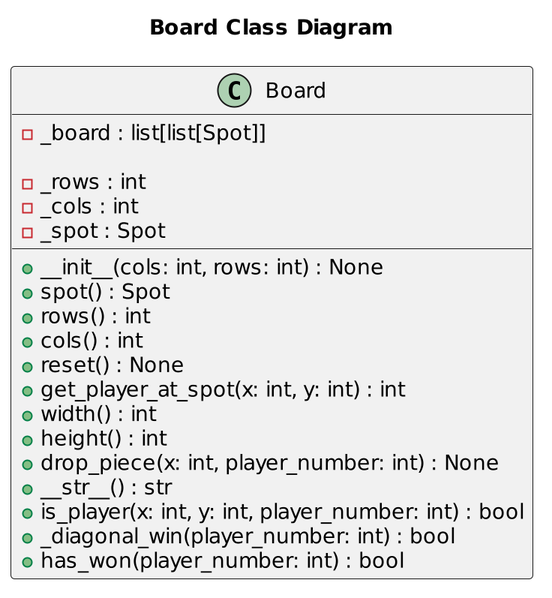
Above: uml/Board.png in austin-s970/OOP-Connect4 (PlantUML), before the change.
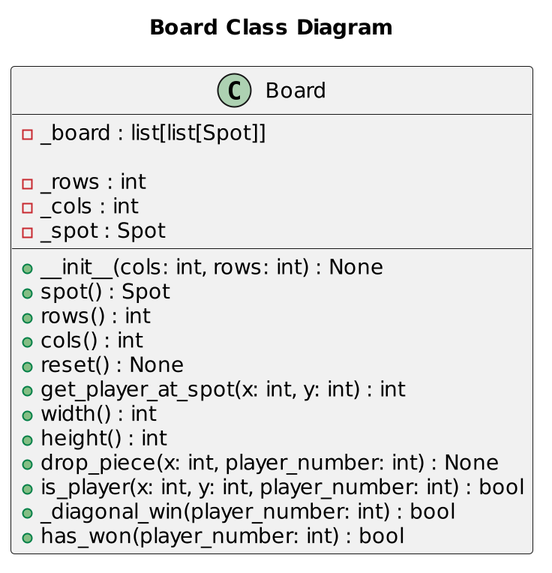
The same diagram one commit later.

Commit message:
updated board uml

The edit, as a diff of the source:
```diff
@@ -17,7 +17,6 @@
     +width() : int
     +height() : int
     +drop_piece(x: int, player_number: int) : None
-    +__str__() : str
     +is_player(x: int, y: int, player_number: int) : bool
     +_diagonal_win(player_number: int) : bool
     +has_won(player_number: int) : bool
```
